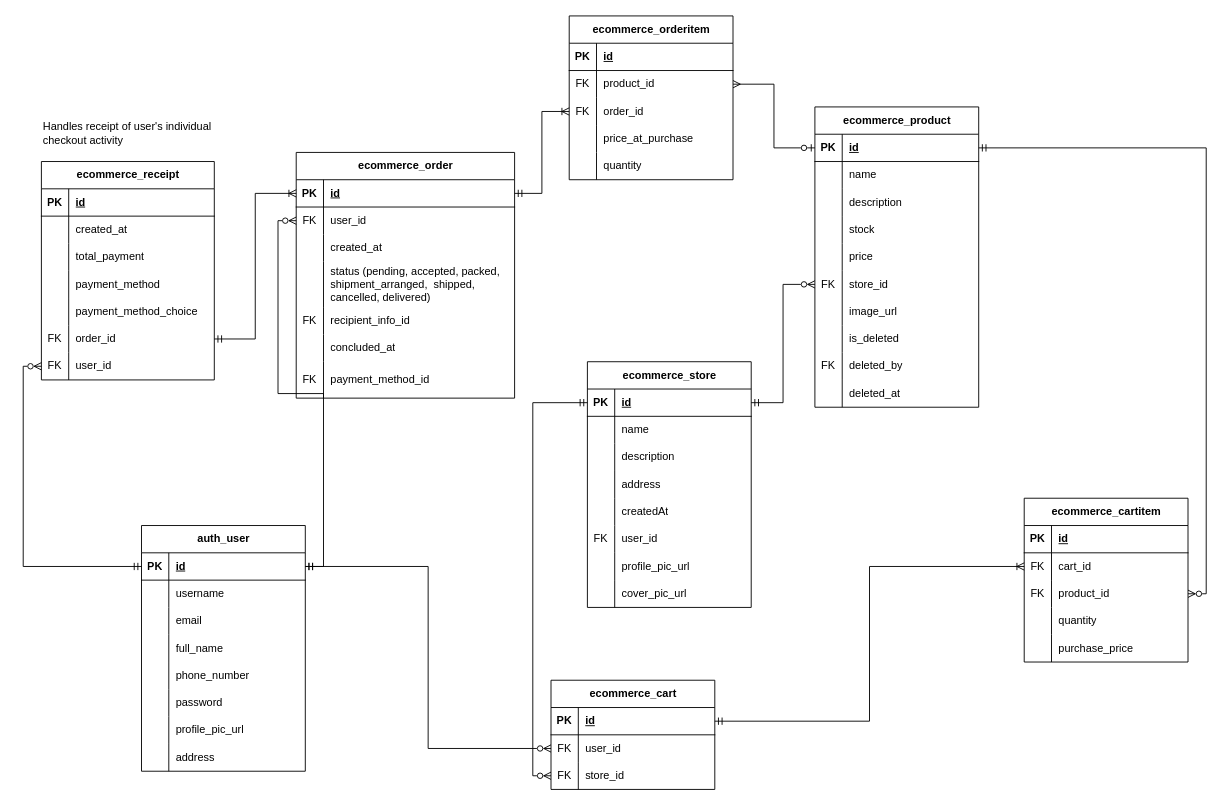
This is page "Order a product (Checkout)" (3 of 5) of diagrams/e-commerce-entity-relationship-diagram.drawio from RHILIUS/E-Commerce-Docs, a draw.io file, before an edit. Source tidied: cells renumbered, new cells numbered last; positions are measured from the earlier drawing's top-left corner, leaving out a move shared by most shapes. Both pictures are drawn from the tidied source at 91%, with x=0, y=0 at pixel (41, 15).
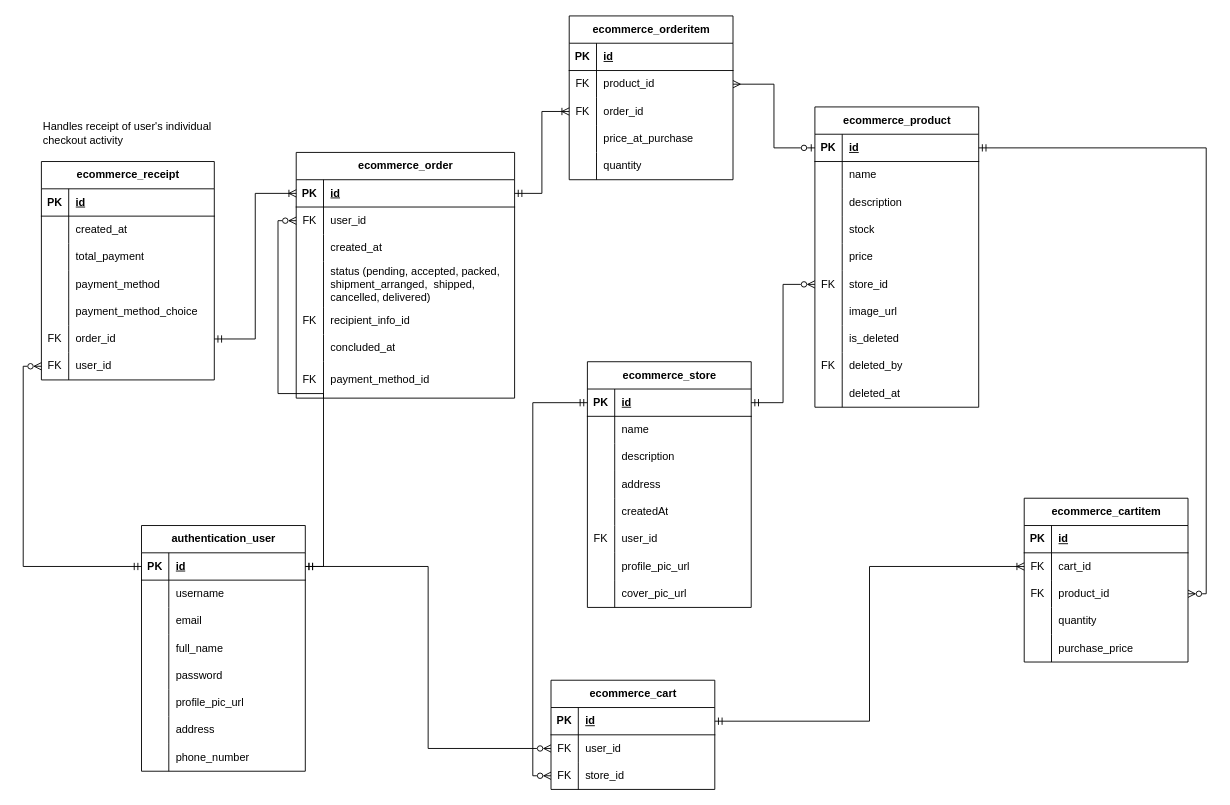
After the change.

Diff of the diagram source:
```diff
@@
-    <mxCell id="2" value="auth_user" style="shape=table;startSize=30;childLayout=tableLayout;rowLines=0;fontStyle=1;align=center;html=1;" parent="1" vertex="1">
+    <mxCell id="2" value="&lt;span&gt;&lt;font style=&quot;color: rgb(0, 0, 0);&quot;&gt;authentication_user&lt;/font&gt;&lt;/span&gt;" style="shape=table;startSize=30;childLayout=tableLayout;rowLines=0;fontStyle=1;align=center;html=1;" parent="1" vertex="1">
       <mxGeometry x="110" y="560" width="180" height="270" as="geometry" />
     </mxCell>
@@
-    <mxCell id="15" style="shape=tableRow;horizontal=0;startSize=0;swimlaneHead=0;swimlaneBody=0;fillColor=none;top=0;left=0;right=0;bottom=0;" parent="2" vertex="1">
-      <mxGeometry y="150" width="180" height="30" as="geometry" />
-    </mxCell>
-    <mxCell id="16" style="shape=partialRectangle;fillColor=none;top=0;left=0;bottom=0;right=0;overflow=hidden;whiteSpace=wrap;html=1;" parent="15" vertex="1">
-      <mxGeometry width="30" height="30" as="geometry" />
-    </mxCell>
-    <mxCell id="17" value="phone_number" style="shape=partialRectangle;fillColor=none;top=0;left=0;bottom=0;right=0;align=left;spacingLeft=6;overflow=hidden;whiteSpace=wrap;html=1;" parent="15" vertex="1">
-      <mxGeometry x="30" width="150" height="30" as="geometry" />
-    </mxCell>
     <mxCell id="18" style="shape=tableRow;horizontal=0;startSize=0;swimlaneHead=0;swimlaneBody=0;fillColor=none;top=0;left=0;right=0;bottom=0;" parent="2" vertex="1">
-      <mxGeometry y="180" width="180" height="30" as="geometry" />
+      <mxGeometry y="150" width="180" height="30" as="geometry" />
     </mxCell>
@@
     <mxCell id="21" style="shape=tableRow;horizontal=0;startSize=0;swimlaneHead=0;swimlaneBody=0;fillColor=none;top=0;left=0;right=0;bottom=0;" parent="2" vertex="1">
-      <mxGeometry y="210" width="180" height="30" as="geometry" />
+      <mxGeometry y="180" width="180" height="30" as="geometry" />
     </mxCell>
@@
     <mxCell id="24" style="shape=tableRow;horizontal=0;startSize=0;swimlaneHead=0;swimlaneBody=0;fillColor=none;top=0;left=0;right=0;bottom=0;" parent="2" vertex="1">
-      <mxGeometry y="240" width="180" height="30" as="geometry" />
+      <mxGeometry y="210" width="180" height="30" as="geometry" />
     </mxCell>
@@
+    <mxCell id="180" style="shape=tableRow;horizontal=0;startSize=0;swimlaneHead=0;swimlaneBody=0;fillColor=none;top=0;left=0;right=0;bottom=0;" parent="2" vertex="1">
+      <mxGeometry y="240" width="180" height="30" as="geometry" />
+    </mxCell>
+    <mxCell id="16" style="shape=partialRectangle;fillColor=none;top=0;left=0;bottom=0;right=0;overflow=hidden;whiteSpace=wrap;html=1;" parent="180" vertex="1">
+      <mxGeometry width="30" height="30" as="geometry" />
+    </mxCell>
+    <mxCell id="17" value="phone_number" style="shape=partialRectangle;fillColor=none;top=0;left=0;bottom=0;right=0;align=left;spacingLeft=6;overflow=hidden;whiteSpace=wrap;html=1;" parent="180" vertex="1">
+      <mxGeometry x="30" width="150" height="30" as="geometry" />
+    </mxCell>
```
